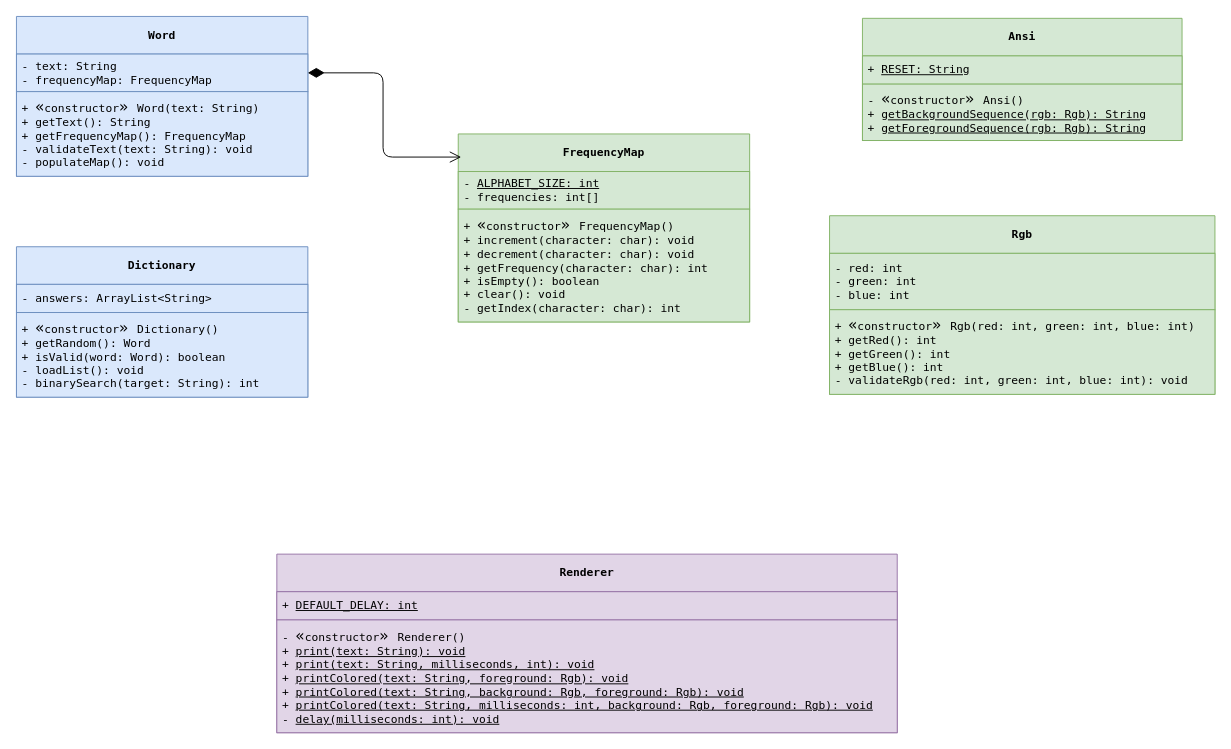
The draw.io diagram assets/class-diagram.drawio in actuallyhollow/basic-wordle-java, before the edit. Source tidied: cells renumbered, new cells numbered last; positions are measured from the earlier drawing's top-left corner, leaving out a move shared by most shapes. Both pictures are drawn from the tidied source at 94%, with x=0, y=0 at pixel (16, 16).
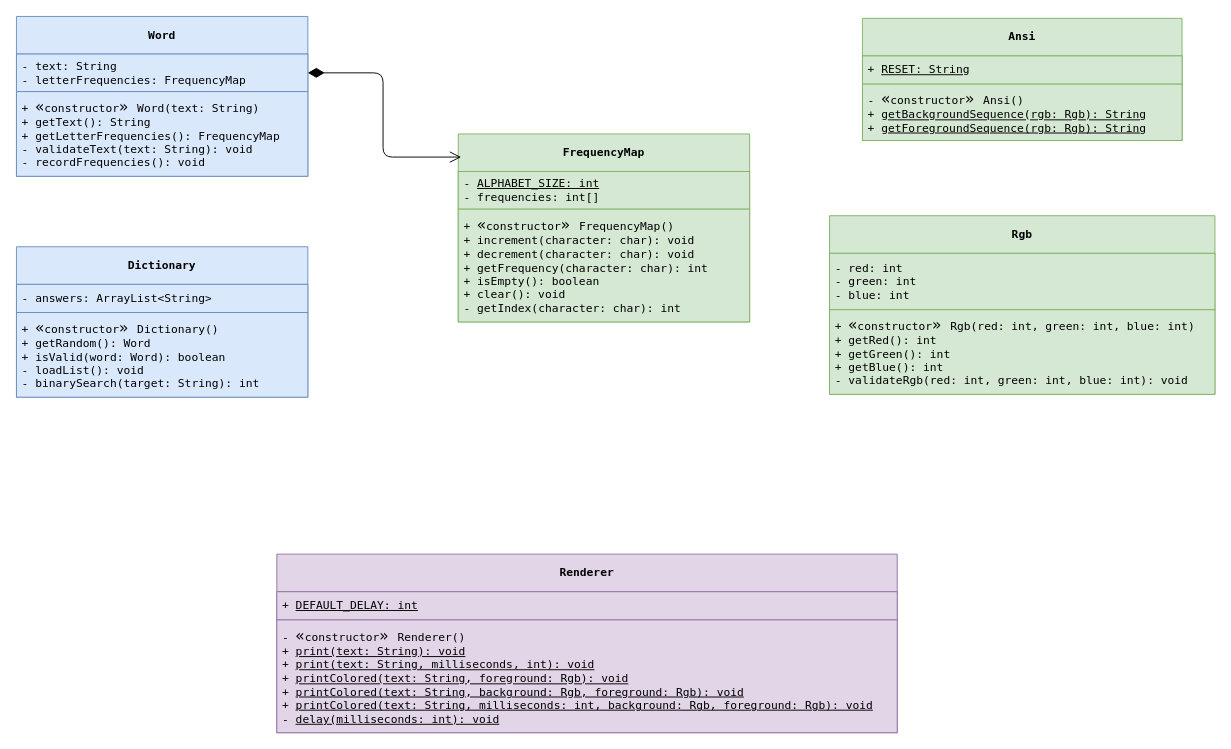
Above is the later version.

Commit message (it also covers changes not shown here):
refactor(model): polish Word class and sync tests

The change refers to these unchanged cells:
```xml
<mxCell id="5" value="&lt;div&gt;&lt;span style=&quot;background-color: transparent;&quot;&gt;&lt;font style=&quot;&quot; face=&quot;Menlo, Monaco, 'Courier New', monospace&quot;&gt;Word&lt;/font&gt;&lt;/span&gt;&lt;/div&gt;" style="swimlane;fontStyle=1;align=center;verticalAlign=middle;horizontal=1;startSize=40;whiteSpace=wrap;html=1;fillColor=#dae8fc;strokeColor=#6c8ebf;" parent="1" vertex="1">
  <mxGeometry width="310" height="170" as="geometry" />
</mxCell>
```

Change to the diagram source:
```diff
@@
-    <mxCell id="6" value="&lt;div&gt;&lt;font face=&quot;Menlo, Monaco, 'Courier New', monospace&quot;&gt;- text: String&lt;/font&gt;&lt;/div&gt;&lt;div&gt;&lt;font face=&quot;Menlo, Monaco, 'Courier New', monospace&quot;&gt;- frequencyMap: FrequencyMap&lt;/font&gt;&lt;/div&gt;" style="text;align=left;verticalAlign=middle;spacingLeft=4;spacingRight=4;overflow=hidden;points=[[0,0.5],[1,0.5]];portConstraint=eastwest;whiteSpace=wrap;html=1;fillColor=#dae8fc;strokeColor=#6c8ebf;" parent="5" vertex="1">
+    <mxCell id="6" value="&lt;div&gt;&lt;font face=&quot;Menlo, Monaco, 'Courier New', monospace&quot;&gt;- text: String&lt;/font&gt;&lt;/div&gt;&lt;div&gt;&lt;font face=&quot;Menlo, Monaco, 'Courier New', monospace&quot;&gt;- letterFrequencies: FrequencyMap&lt;/font&gt;&lt;/div&gt;" style="text;align=left;verticalAlign=middle;spacingLeft=4;spacingRight=4;overflow=hidden;points=[[0,0.5],[1,0.5]];portConstraint=eastwest;whiteSpace=wrap;html=1;fillColor=#dae8fc;strokeColor=#6c8ebf;" parent="5" vertex="1">
       <mxGeometry y="40" width="310" height="40" as="geometry" />
     </mxCell>
-    <mxCell id="7" value="&lt;div&gt;+&amp;nbsp;&lt;span style=&quot;background-color: transparent; scrollbar-color: rgb(75, 75, 75) rgb(27, 29, 30); font-size: medium; caret-color: rgb(0, 0, 0);&quot;&gt;«&lt;/span&gt;&lt;span style=&quot;background-color: transparent; scrollbar-color: rgb(75, 75, 75) rgb(27, 29, 30); text-align: center;&quot;&gt;constructor&lt;/span&gt;&lt;span style=&quot;background-color: transparent; scrollbar-color: rgb(75, 75, 75) rgb(27, 29, 30); font-size: medium; caret-color: rgb(0, 0, 0);&quot;&gt;&lt;font face=&quot;Menlo, Monaco, 'Courier New', monospace&quot;&gt;»&amp;nbsp;&lt;/font&gt;&lt;/span&gt;&lt;span style=&quot;background-color: transparent;&quot;&gt;Word(text: String)&lt;/span&gt;&lt;/div&gt;&lt;div&gt;&lt;span style=&quot;background-color: transparent;&quot;&gt;+ getText(): String&lt;/span&gt;&lt;/div&gt;&lt;div&gt;&lt;span style=&quot;background-color: transparent;&quot;&gt;+ getFrequencyMap(): FrequencyMap&lt;/span&gt;&lt;/div&gt;&lt;div&gt;&lt;span style=&quot;background-color: transparent;&quot;&gt;- validateText(text: String): void&lt;/span&gt;&lt;/div&gt;&lt;div&gt;&lt;span style=&quot;background-color: transparent;&quot;&gt;- populateMap(): void&lt;/span&gt;&lt;/div&gt;" style="text;align=left;verticalAlign=middle;spacingLeft=4;spacingRight=4;overflow=hidden;whiteSpace=wrap;html=1;fontFamily=Menlo, Monaco, 'Courier New', monospace;fillColor=#dae8fc;strokeColor=#6c8ebf;" parent="5" vertex="1">
+    <mxCell id="7" value="&lt;div&gt;+&amp;nbsp;&lt;span style=&quot;background-color: transparent; scrollbar-color: rgb(75, 75, 75) rgb(27, 29, 30); font-size: medium; caret-color: rgb(0, 0, 0);&quot;&gt;«&lt;/span&gt;&lt;span style=&quot;background-color: transparent; scrollbar-color: rgb(75, 75, 75) rgb(27, 29, 30); text-align: center;&quot;&gt;constructor&lt;/span&gt;&lt;span style=&quot;background-color: transparent; scrollbar-color: rgb(75, 75, 75) rgb(27, 29, 30); font-size: medium; caret-color: rgb(0, 0, 0);&quot;&gt;&lt;font face=&quot;Menlo, Monaco, 'Courier New', monospace&quot;&gt;»&amp;nbsp;&lt;/font&gt;&lt;/span&gt;&lt;span style=&quot;background-color: transparent;&quot;&gt;Word(text: String)&lt;/span&gt;&lt;/div&gt;&lt;div&gt;&lt;span style=&quot;background-color: transparent;&quot;&gt;+ getText(): String&lt;/span&gt;&lt;/div&gt;&lt;div&gt;&lt;span style=&quot;background-color: transparent;&quot;&gt;+ getLetterFrequencies(): FrequencyMap&lt;/span&gt;&lt;/div&gt;&lt;div&gt;&lt;span style=&quot;background-color: transparent;&quot;&gt;- validateText(text: String): void&lt;/span&gt;&lt;/div&gt;&lt;div&gt;&lt;span style=&quot;background-color: transparent;&quot;&gt;- recordFrequencies(): void&lt;/span&gt;&lt;/div&gt;" style="text;align=left;verticalAlign=middle;spacingLeft=4;spacingRight=4;overflow=hidden;whiteSpace=wrap;html=1;fontFamily=Menlo, Monaco, 'Courier New', monospace;fillColor=#dae8fc;strokeColor=#6c8ebf;" parent="5" vertex="1">
       <mxGeometry y="80" width="310" height="90" as="geometry" />
     </mxCell>
```
